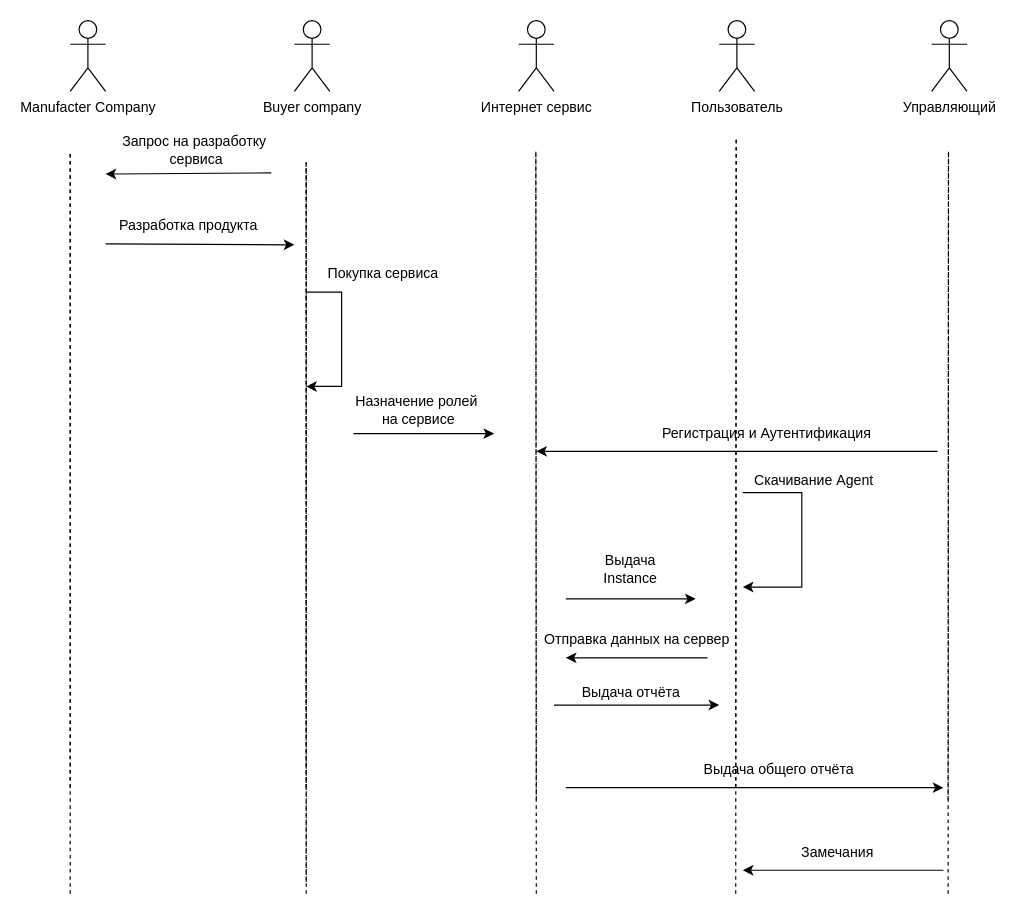
ARTSXXX/STUDY keeps this draw.io diagram as СТАРИС/Последовательности.drawio. Above is the earlier version. Source tidied: cells renumbered, new cells numbered last; positions are measured from the earlier drawing's top-left corner, leaving out a move shared by most shapes. Both pictures are drawn from the tidied source at 118%, with x=0, y=0 at pixel (70, 20).
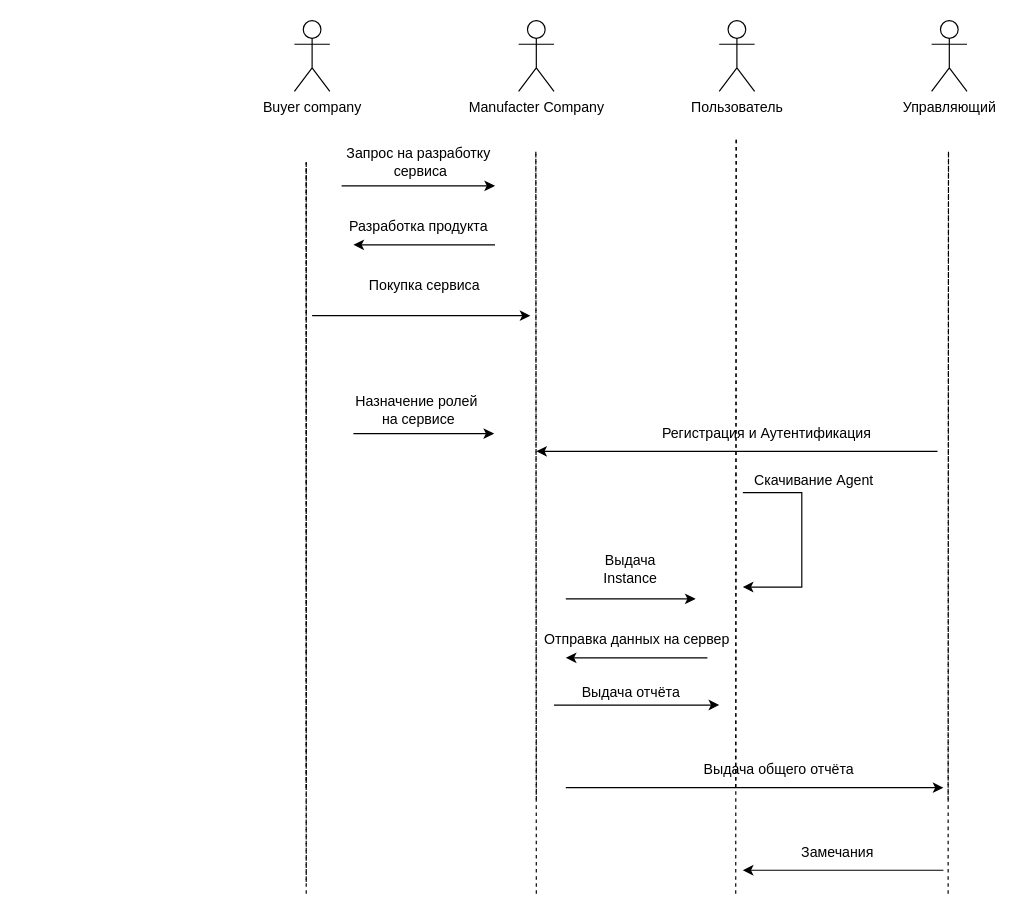
After the change.

The edit, as a diff of the source:
```diff
@@
-    <mxCell id="2" value="Manufacter Company" style="shape=umlActor;verticalLabelPosition=bottom;verticalAlign=top;html=1;" parent="1" vertex="1">
-      <mxGeometry width="30" height="60" as="geometry" />
-    </mxCell>
@@
-    <mxCell id="5" style="endArrow=none;dashed=1;html=1;rounded=0;" parent="1" edge="1">
-      <mxGeometry relative="1" as="geometry">
-        <mxPoint y="650" as="sourcePoint" />
-        <mxPoint y="110" as="targetPoint" />
-      </mxGeometry>
-    </mxCell>
@@
-    <mxCell id="8" style="endArrow=classic;html=1;rounded=0;" parent="1" edge="1">
-      <mxGeometry relative="1" as="geometry">
-        <mxPoint x="30" y="189.2" as="sourcePoint" />
-        <mxPoint x="190" y="190" as="targetPoint" />
-      </mxGeometry>
-    </mxCell>
     <mxCell id="9" value="Разработка продукта" style="text;html=1;align=center;verticalAlign=middle;strokeColor=none;fillColor=none;" parent="1" vertex="1">
-      <mxGeometry x="30" y="159.2" width="140" height="30" as="geometry" />
+      <mxGeometry x="225" y="160" width="140" height="30" as="geometry" />
     </mxCell>
-    <mxCell id="10" value="Интернет сервис" style="shape=umlActor;verticalLabelPosition=bottom;verticalAlign=top;html=1;" parent="1" vertex="1">
+    <mxCell id="10" value="Manufacter Company" style="shape=umlActor;verticalLabelPosition=bottom;verticalAlign=top;html=1;" parent="1" vertex="1">
       <mxGeometry x="380" width="30" height="60" as="geometry" />
     </mxCell>
@@
     <mxCell id="14" style="edgeStyle=segmentEdgeStyle;endArrow=classic;html=1;rounded=0;" parent="1" edge="1">
       <mxGeometry relative="1" as="geometry">
-        <mxPoint x="200" y="230" as="sourcePoint" />
-        <mxPoint x="200" y="310" as="targetPoint" />
+        <mxPoint x="205" y="250" as="sourcePoint" />
+        <mxPoint x="390" y="250" as="targetPoint" />
         <Array as="points">
-          <mxPoint x="230" y="230" />
-          <mxPoint x="230" y="310" />
+          <mxPoint x="305" y="250" />
+          <mxPoint x="305" y="250" />
         </Array>
       </mxGeometry>
     </mxCell>
     <mxCell id="15" value="Покупка сервиса" style="text;html=1;align=center;verticalAlign=middle;strokeColor=none;fillColor=none;" parent="1" vertex="1">
-      <mxGeometry x="204.7" y="200" width="120" height="30" as="geometry" />
+      <mxGeometry x="240" y="210" width="120" height="30" as="geometry" />
     </mxCell>
@@
-    <mxCell id="18" style="endArrow=classic;html=1;rounded=0;exitX=0.936;exitY=0.975;exitDx=0;exitDy=0;exitPerimeter=0;" parent="1" edge="1" source="19">
-      <mxGeometry relative="1" as="geometry">
-        <mxPoint x="30" y="130" as="targetPoint" />
-      </mxGeometry>
-    </mxCell>
     <mxCell id="19" value="Запрос на разработку&lt;br&gt;&amp;nbsp;сервиса" style="text;html=1;align=center;verticalAlign=middle;points=[];strokeColor=none;fillColor=none;" parent="1" vertex="1">
-      <mxGeometry x="30" y="90" width="150" height="40" as="geometry" />
+      <mxGeometry x="220" y="100" width="150" height="40" as="geometry" />
     </mxCell>
@@
-    <mxCell id="30" style="endArrow=none;dashed=1;html=1;rounded=0;" parent="1" edge="1">
-      <mxGeometry relative="1" as="geometry">
-        <mxPoint y="740" as="sourcePoint" />
-        <mxPoint y="110" as="targetPoint" />
-      </mxGeometry>
-    </mxCell>
@@
+    <mxCell id="40" style="endArrow=classic;html=1;rounded=0;" parent="1" edge="1">
+      <mxGeometry relative="1" as="geometry">
+        <mxPoint x="230" y="140" as="sourcePoint" />
+        <mxPoint x="360" y="140" as="targetPoint" />
+      </mxGeometry>
+    </mxCell>
+    <mxCell id="41" style="endArrow=classic;html=1;rounded=0;" parent="1" edge="1">
+      <mxGeometry relative="1" as="geometry">
+        <mxPoint x="360" y="190" as="sourcePoint" />
+        <mxPoint x="240" y="190" as="targetPoint" />
+      </mxGeometry>
+    </mxCell>
```
